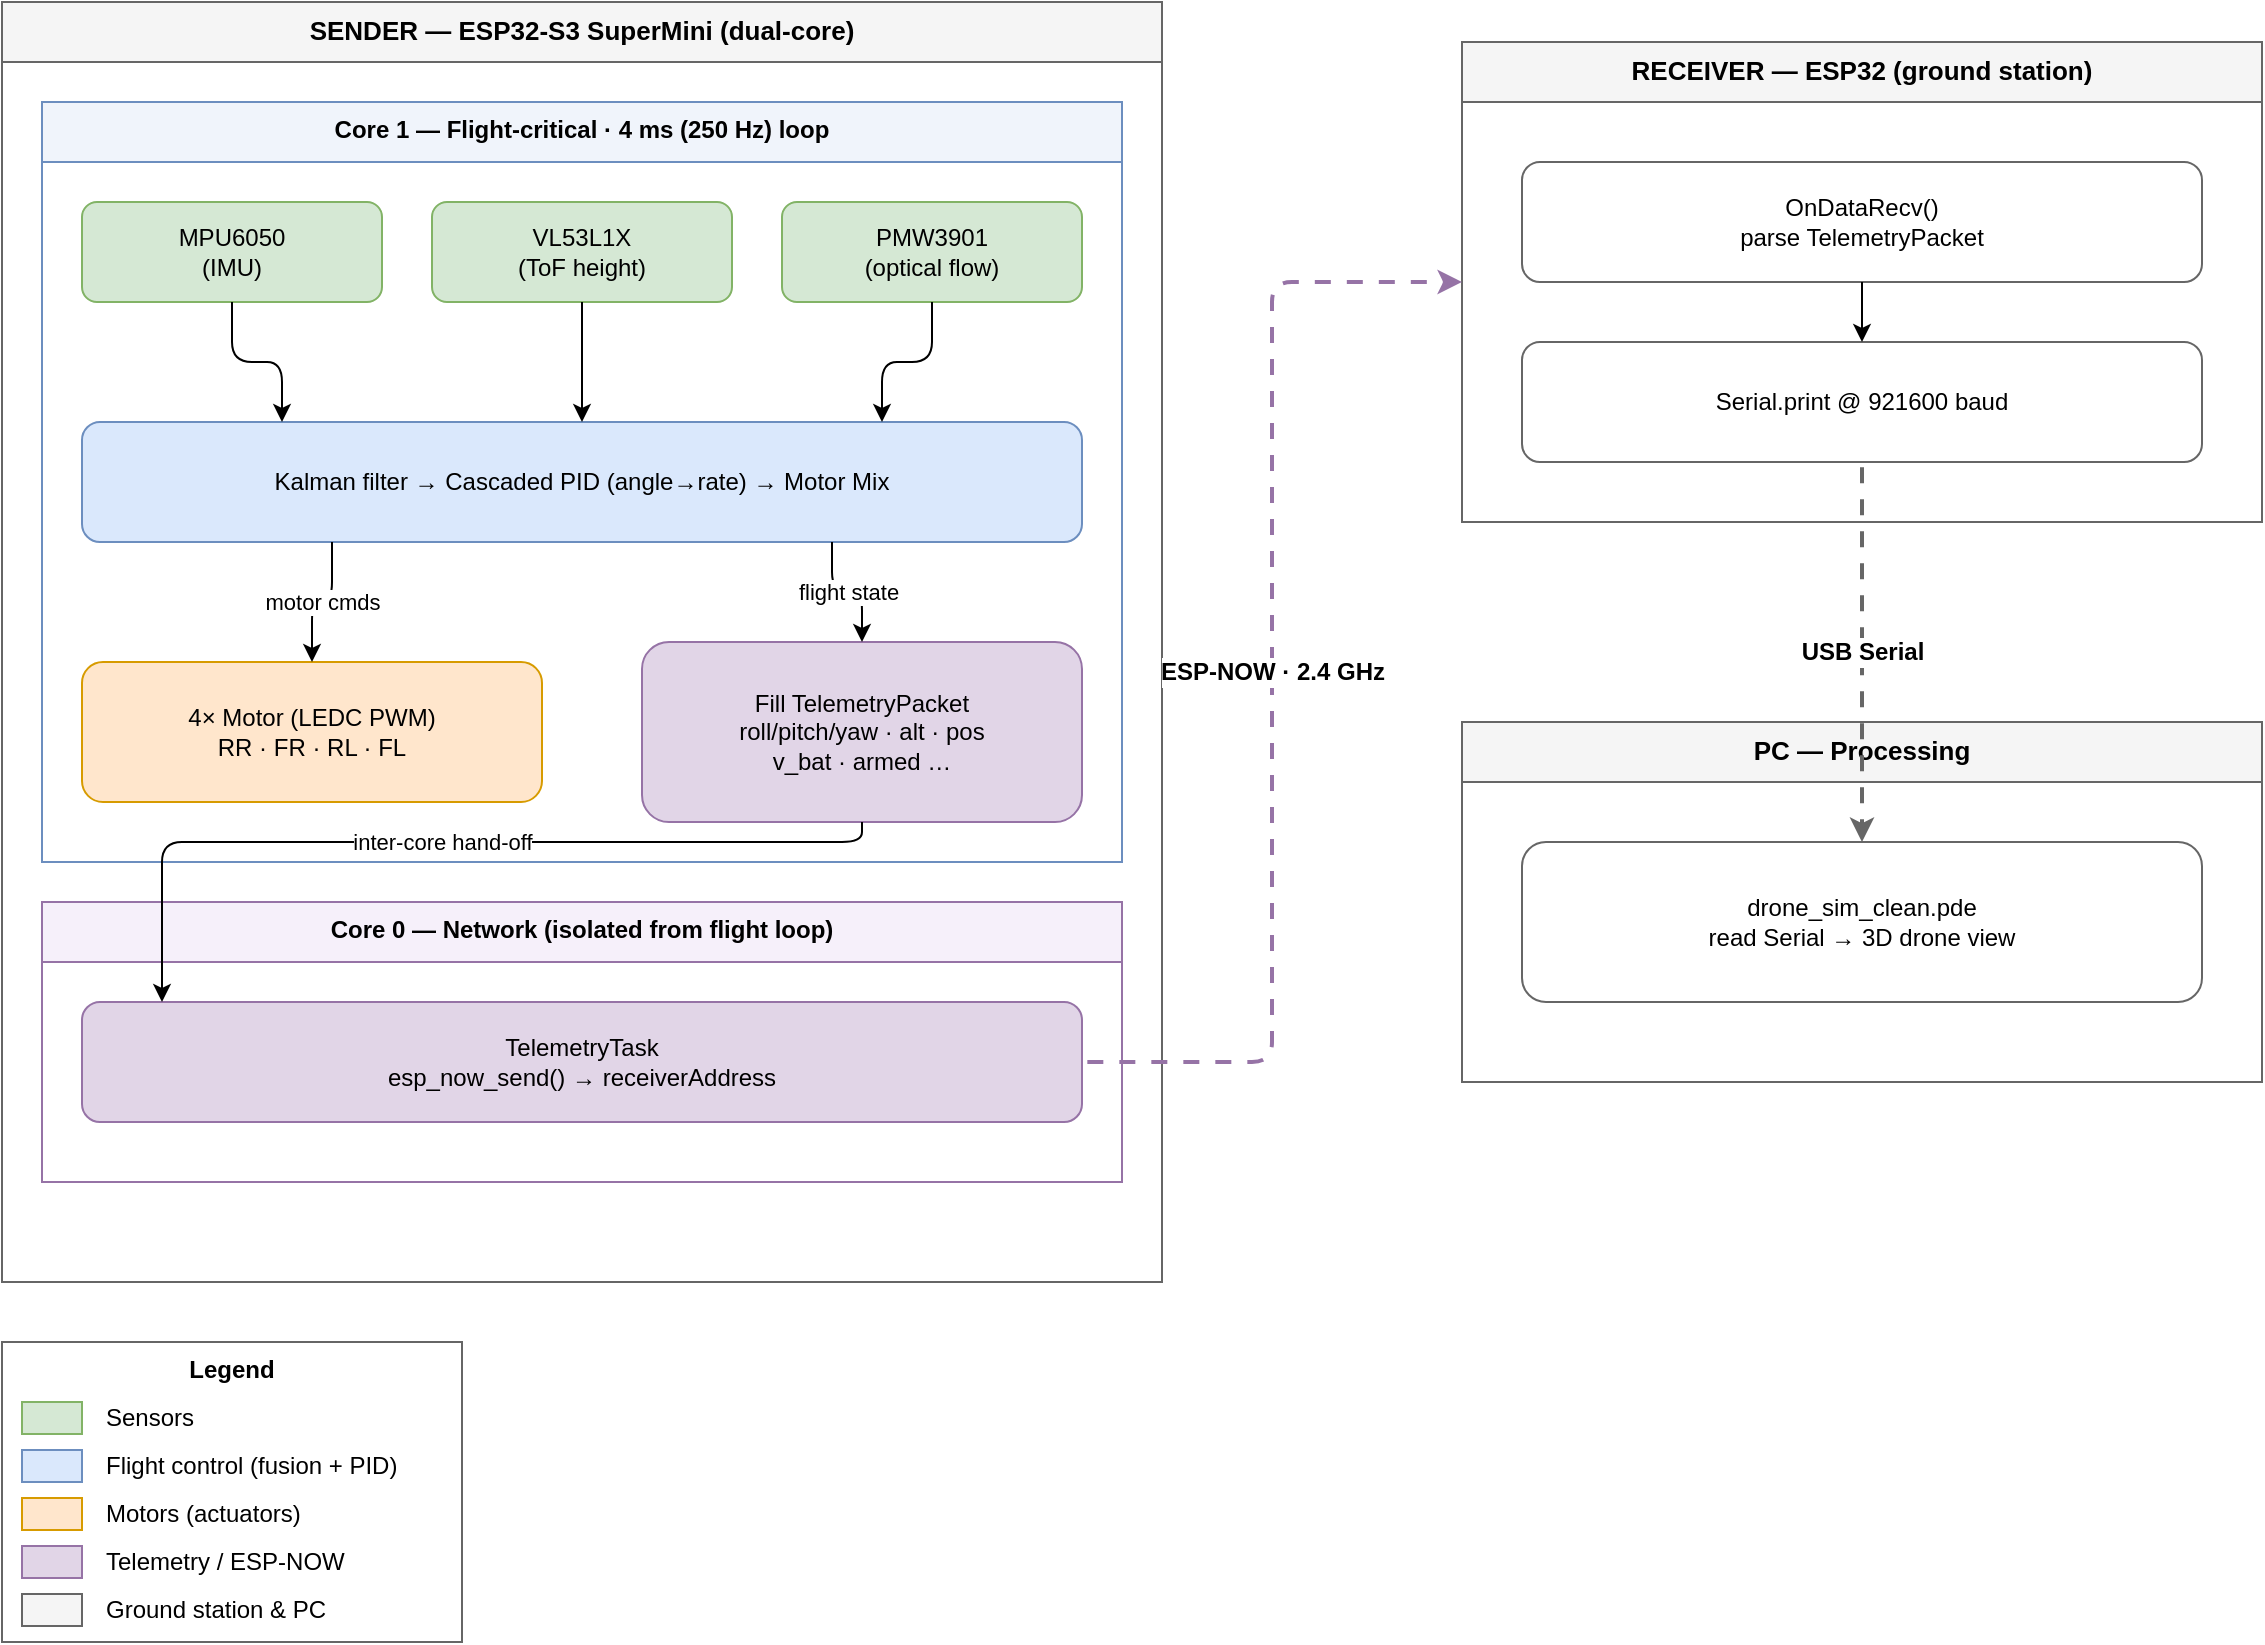
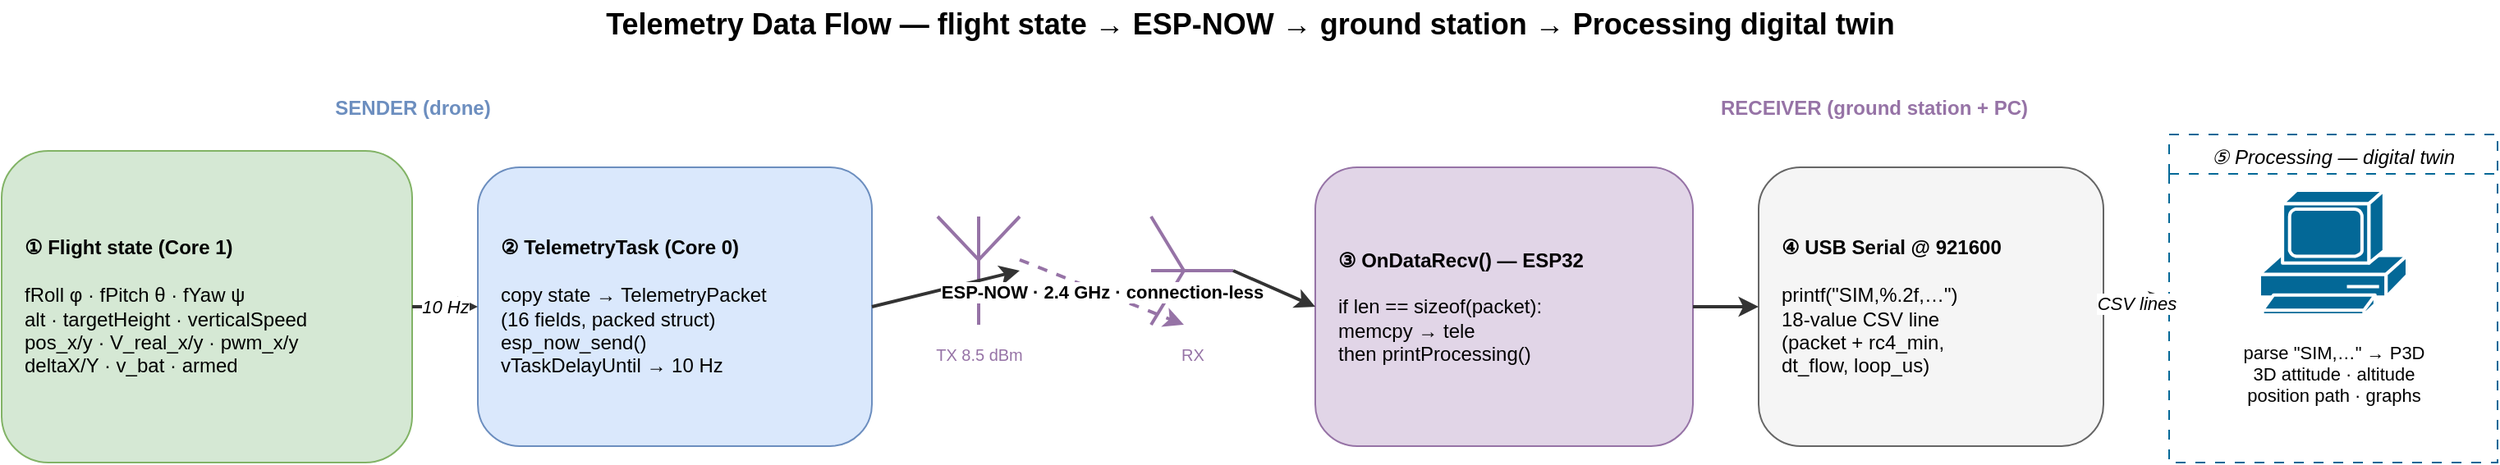
- <mxfile host="app.diagrams.net">
-   <diagram name="Sender-Receiver-Flow" id="0">
-     <mxGraphModel dx="1287" dy="722" grid="1" gridSize="10" guides="1" tooltips="1" connect="1" arrows="1" fold="1" page="1" pageScale="1" pageWidth="827" pageHeight="1169" math="0" shadow="0">
+ <?xml version="1.0" encoding="UTF-8"?>
+ <mxfile host="drawio" version="26.0.0">
+   <diagram name="Sender-Receiver-Flow">
+     <mxGraphModel dx="1400" dy="820" grid="1" gridSize="10" guides="1" tooltips="1" connect="1" arrows="1" fold="1" page="1" pageScale="1" math="0" shadow="0">
      <root>
        <mxCell id="0" />
        <mxCell id="1" parent="0" />
-         <mxCell id="sender" parent="1" style="swimlane;startSize=30;html=1;whiteSpace=wrap;fillColor=#f5f5f5;strokeColor=#666666;fontStyle=1;fontSize=13;verticalAlign=top;" value="SENDER — ESP32-S3 SuperMini (dual-core)" vertex="1">
-           <mxGeometry height="640" width="580" x="40" y="40" as="geometry" />
+ 
+         <mxCell id="ttl" value="Telemetry Data Flow — flight state → ESP-NOW → ground station → Processing digital twin" style="text;html=1;align=center;verticalAlign=middle;fontStyle=1;fontSize=18;" vertex="1" parent="1">
+           <mxGeometry x="60" y="18" width="1480" height="30" as="geometry" />
        </mxCell>
-         <mxCell id="core1" parent="sender" style="swimlane;startSize=30;html=1;whiteSpace=wrap;fillColor=#f0f4fb;strokeColor=#6c8ebf;fontStyle=1;fontSize=12;verticalAlign=top;" value="Core 1 — Flight-critical · 4 ms (250 Hz) loop" vertex="1">
-           <mxGeometry height="380" width="540" x="20" y="50" as="geometry" />
+ 
+         <!-- lane labels -->
+         <mxCell id="laneS" value="SENDER (drone)" style="text;html=1;align=center;fontStyle=1;fontSize=12;fontColor=#6c8ebf;" vertex="1" parent="1"><mxGeometry x="40" y="70" width="500" height="20" as="geometry" /></mxCell>
+         <mxCell id="laneR" value="RECEIVER (ground station + PC)" style="text;html=1;align=center;fontStyle=1;fontSize=12;fontColor=#9673a6;" vertex="1" parent="1"><mxGeometry x="820" y="70" width="720" height="20" as="geometry" /></mxCell>
+ 
+         <!-- 1 flight state -->
+         <mxCell id="fstate" value="&lt;b&gt;① Flight state (Core 1)&lt;/b&gt;&#xa;&#xa;fRoll φ · fPitch θ · fYaw ψ&#xa;alt · targetHeight · verticalSpeed&#xa;pos_x/y · V_real_x/y · pwm_x/y&#xa;deltaX/Y · v_bat · armed" style="rounded=1;whiteSpace=wrap;html=1;fillColor=#d5e8d4;strokeColor=#82b366;fontSize=12;align=left;verticalAlign=middle;spacingLeft=12;" vertex="1" parent="1">
+           <mxGeometry x="40" y="110" width="250" height="190" as="geometry" />
        </mxCell>
-         <mxCell id="mpu" parent="core1" style="rounded=1;whiteSpace=wrap;html=1;fillColor=#d5e8d4;strokeColor=#82b366;" value="MPU6050&#xa;(IMU)" vertex="1">
-           <mxGeometry height="50" width="150" x="20" y="50" as="geometry" />
+ 
+         <!-- 2 telemetry task -->
+         <mxCell id="pack" value="&lt;b&gt;② TelemetryTask (Core 0)&lt;/b&gt;&#xa;&#xa;copy state → TelemetryPacket&#xa;(16 fields, packed struct)&#xa;esp_now_send()&#xa;vTaskDelayUntil → 10 Hz" style="rounded=1;whiteSpace=wrap;html=1;fillColor=#dae8fc;strokeColor=#6c8ebf;fontSize=12;align=left;verticalAlign=middle;spacingLeft=12;" vertex="1" parent="1">
+           <mxGeometry x="330" y="120" width="240" height="170" as="geometry" />
        </mxCell>
-         <mxCell id="vl53" parent="core1" style="rounded=1;whiteSpace=wrap;html=1;fillColor=#d5e8d4;strokeColor=#82b366;" value="VL53L1X&#xa;(ToF height)" vertex="1">
-           <mxGeometry height="50" width="150" x="195" y="50" as="geometry" />
+ 
+         <!-- TX antenna -->
+         <mxCell id="antTx" value="" style="verticalLabelPosition=bottom;shadow=0;dashed=0;align=center;html=1;verticalAlign=top;shape=mxgraph.electrical.radio.aerial_-_antenna_1;strokeColor=#9673a6;strokeWidth=2;" vertex="1" parent="1">
+           <mxGeometry x="610" y="150" width="50" height="66" as="geometry" />
        </mxCell>
-         <mxCell id="pmw" parent="core1" style="rounded=1;whiteSpace=wrap;html=1;fillColor=#d5e8d4;strokeColor=#82b366;" value="PMW3901&#xa;(optical flow)" vertex="1">
-           <mxGeometry height="50" width="150" x="370" y="50" as="geometry" />
+         <mxCell id="txLbl" value="TX 8.5 dBm" style="text;html=1;align=center;fontSize=10;fontColor=#9673a6;" vertex="1" parent="1"><mxGeometry x="600" y="222" width="70" height="16" as="geometry" /></mxCell>
+ 
+         <!-- RX antenna -->
+         <mxCell id="antRx" value="" style="verticalLabelPosition=bottom;shadow=0;dashed=0;align=center;html=1;verticalAlign=top;shape=mxgraph.electrical.radio.aerial_-_antenna_1;strokeColor=#9673a6;strokeWidth=2;direction=north;" vertex="1" parent="1">
+           <mxGeometry x="740" y="150" width="50" height="66" as="geometry" />
        </mxCell>
-         <mxCell id="ctrl" parent="core1" style="rounded=1;whiteSpace=wrap;html=1;fillColor=#dae8fc;strokeColor=#6c8ebf;" value="Kalman filter → Cascaded PID (angle→rate) → Motor Mix" vertex="1">
-           <mxGeometry height="60" width="500" x="20" y="160" as="geometry" />
+         <mxCell id="rxLbl" value="RX" style="text;html=1;align=center;fontSize=10;fontColor=#9673a6;" vertex="1" parent="1"><mxGeometry x="745" y="222" width="40" height="16" as="geometry" /></mxCell>
+ 
+         <!-- 3 OnDataRecv -->
+         <mxCell id="recv" value="&lt;b&gt;③ OnDataRecv() — ESP32&lt;/b&gt;&#xa;&#xa;if len == sizeof(packet):&#xa;memcpy → tele&#xa;then printProcessing()" style="rounded=1;whiteSpace=wrap;html=1;fillColor=#e1d5e7;strokeColor=#9673a6;fontSize=12;align=left;verticalAlign=middle;spacingLeft=12;" vertex="1" parent="1">
+           <mxGeometry x="840" y="120" width="230" height="170" as="geometry" />
        </mxCell>
-         <mxCell id="motors" parent="core1" style="rounded=1;whiteSpace=wrap;html=1;fillColor=#ffe6cc;strokeColor=#d79b00;" value="4× Motor (LEDC PWM)&#xa;RR · FR · RL · FL" vertex="1">
-           <mxGeometry height="70" width="230" x="20" y="280" as="geometry" />
+ 
+         <!-- 4 serial CSV -->
+         <mxCell id="serial" value="&lt;b&gt;④ USB Serial @ 921600&lt;/b&gt;&#xa;&#xa;printf(&quot;SIM,%.2f,…&quot;)&#xa;18-value CSV line&#xa;(packet + rc4_min,&#xa;dt_flow, loop_us)" style="rounded=1;whiteSpace=wrap;html=1;fillColor=#f5f5f5;strokeColor=#666666;fontSize=12;align=left;verticalAlign=middle;spacingLeft=12;" vertex="1" parent="1">
+           <mxGeometry x="1110" y="120" width="210" height="170" as="geometry" />
        </mxCell>
-         <mxCell id="packet" parent="core1" style="rounded=1;whiteSpace=wrap;html=1;fillColor=#e1d5e7;strokeColor=#9673a6;" value="Fill TelemetryPacket&#xa;roll/pitch/yaw · alt · pos&#xa;v_bat · armed …" vertex="1">
-           <mxGeometry height="90" width="220" x="300" y="270" as="geometry" />
+ 
+         <!-- 5 processing -->
+         <mxCell id="pcCard" value="⑤ Processing — digital twin" style="swimlane;startSize=24;html=1;whiteSpace=wrap;fillColor=none;strokeColor=#036897;dashed=1;dashPattern=6 6;fontSize=12;fontStyle=2;verticalAlign=top;align=center;" vertex="1" parent="1">
+           <mxGeometry x="1360" y="100" width="200" height="200" as="geometry" />
        </mxCell>
-         <mxCell id="e1" edge="1" parent="core1" source="mpu" style="edgeStyle=orthogonalEdgeStyle;rounded=1;orthogonalLoop=1;jettySize=auto;html=1;exitX=0.5;exitY=1;exitDx=0;exitDy=0;entryX=0.2;entryY=0;entryDx=0;entryDy=0;" target="ctrl">
-           <mxGeometry relative="1" as="geometry" />
+         <mxCell id="rPc" value="" style="sketch=0;html=1;dashed=0;fillColor=#036897;strokeColor=#ffffff;strokeWidth=2;outlineConnect=0;shape=mxgraph.cisco.computers_and_peripherals.pc;" vertex="1" parent="pcCard">
+           <mxGeometry x="55" y="34" width="90" height="76" as="geometry" />
        </mxCell>
-         <mxCell id="e2" edge="1" parent="core1" source="vl53" style="edgeStyle=orthogonalEdgeStyle;rounded=1;orthogonalLoop=1;jettySize=auto;html=1;exitX=0.5;exitY=1;exitDx=0;exitDy=0;entryX=0.5;entryY=0;entryDx=0;entryDy=0;" target="ctrl">
-           <mxGeometry relative="1" as="geometry" />
+         <mxCell id="pcTxt" value="parse &quot;SIM,…&quot; → P3D&#xa;3D attitude · altitude&#xa;position path · graphs" style="text;html=1;align=center;fontSize=11;" vertex="1" parent="pcCard">
+           <mxGeometry x="10" y="120" width="180" height="60" as="geometry" />
        </mxCell>
-         <mxCell id="e3" edge="1" parent="core1" source="pmw" style="edgeStyle=orthogonalEdgeStyle;rounded=1;orthogonalLoop=1;jettySize=auto;html=1;exitX=0.5;exitY=1;exitDx=0;exitDy=0;entryX=0.8;entryY=0;entryDx=0;entryDy=0;" target="ctrl">
-           <mxGeometry relative="1" as="geometry" />
-         </mxCell>
-         <mxCell id="e4" edge="1" parent="core1" source="ctrl" style="edgeStyle=orthogonalEdgeStyle;rounded=1;orthogonalLoop=1;jettySize=auto;html=1;fontSize=11;labelBackgroundColor=#ffffff;exitX=0.25;exitY=1;exitDx=0;exitDy=0;entryX=0.5;entryY=0;entryDx=0;entryDy=0;" target="motors" value="motor cmds">
-           <mxGeometry relative="1" as="geometry" />
-         </mxCell>
-         <mxCell id="e5" edge="1" parent="core1" source="ctrl" style="edgeStyle=orthogonalEdgeStyle;rounded=1;orthogonalLoop=1;jettySize=auto;html=1;fontSize=11;labelBackgroundColor=#ffffff;exitX=0.75;exitY=1;exitDx=0;exitDy=0;entryX=0.5;entryY=0;entryDx=0;entryDy=0;" target="packet" value="flight state">
-           <mxGeometry relative="1" as="geometry" />
-         </mxCell>
-         <mxCell id="core0" parent="sender" style="swimlane;startSize=30;html=1;whiteSpace=wrap;fillColor=#f6f0fa;strokeColor=#9673a6;fontStyle=1;fontSize=12;verticalAlign=top;" value="Core 0 — Network (isolated from flight loop)" vertex="1">
-           <mxGeometry height="140" width="540" x="20" y="450" as="geometry" />
-         </mxCell>
-         <mxCell id="espnow_send" parent="core0" style="rounded=1;whiteSpace=wrap;html=1;fillColor=#e1d5e7;strokeColor=#9673a6;" value="TelemetryTask&#xa;esp_now_send() → receiverAddress" vertex="1">
-           <mxGeometry height="60" width="500" x="20" y="50" as="geometry" />
-         </mxCell>
-         <mxCell id="recv" parent="1" style="swimlane;startSize=30;html=1;whiteSpace=wrap;fillColor=#f5f5f5;strokeColor=#666666;fontStyle=1;fontSize=13;verticalAlign=top;" value="RECEIVER — ESP32 (ground station)" vertex="1">
-           <mxGeometry height="240" width="400" x="770" y="60" as="geometry" />
-         </mxCell>
-         <mxCell id="ondata" parent="recv" style="rounded=1;whiteSpace=wrap;html=1;fillColor=#ffffff;strokeColor=#666666;" value="OnDataRecv()&#xa;parse TelemetryPacket" vertex="1">
-           <mxGeometry height="60" width="340" x="30" y="60" as="geometry" />
-         </mxCell>
-         <mxCell id="serial" parent="recv" style="rounded=1;whiteSpace=wrap;html=1;fillColor=#ffffff;strokeColor=#666666;" value="Serial.print @ 921600 baud" vertex="1">
-           <mxGeometry height="60" width="340" x="30" y="150" as="geometry" />
-         </mxCell>
-         <mxCell id="e8" edge="1" parent="recv" source="ondata" style="edgeStyle=orthogonalEdgeStyle;rounded=1;orthogonalLoop=1;jettySize=auto;html=1;exitX=0.5;exitY=1;exitDx=0;exitDy=0;entryX=0.5;entryY=0;entryDx=0;entryDy=0;" target="serial">
-           <mxGeometry relative="1" as="geometry" />
-         </mxCell>
-         <mxCell id="pc" parent="1" style="swimlane;startSize=30;html=1;whiteSpace=wrap;fillColor=#f5f5f5;strokeColor=#666666;fontStyle=1;fontSize=13;verticalAlign=top;" value="PC — Processing" vertex="1">
-           <mxGeometry height="180" width="400" x="770" y="400" as="geometry" />
-         </mxCell>
-         <mxCell id="sim" parent="pc" style="rounded=1;whiteSpace=wrap;html=1;fillColor=#ffffff;strokeColor=#666666;" value="drone_sim_clean.pde&#xa;read Serial → 3D drone view" vertex="1">
-           <mxGeometry height="80" width="340" x="30" y="60" as="geometry" />
-         </mxCell>
-         <mxCell id="e6" edge="1" parent="1" source="packet" style="edgeStyle=orthogonalEdgeStyle;rounded=1;orthogonalLoop=1;jettySize=auto;html=1;fontSize=11;labelBackgroundColor=#ffffff;exitX=0.5;exitY=1;exitDx=0;exitDy=0;entryX=0.08;entryY=0;entryDx=0;entryDy=0;" target="espnow_send" value="inter-core hand-off">
-           <mxGeometry relative="1" as="geometry">
-             <Array as="points">
-               <mxPoint x="470" y="460" />
-               <mxPoint x="120" y="460" />
-             </Array>
-           </mxGeometry>
-         </mxCell>
-         <mxCell id="e7" edge="1" parent="1" source="espnow_send" style="edgeStyle=orthogonalEdgeStyle;rounded=1;orthogonalLoop=1;jettySize=auto;html=1;flowAnimation=1;strokeColor=#9673a6;strokeWidth=2;fontSize=12;fontStyle=1;labelBackgroundColor=#ffffff;exitX=1;exitY=0.5;exitDx=0;exitDy=0;entryX=0;entryY=0.5;entryDx=0;entryDy=0;" target="recv" value="ESP-NOW · 2.4 GHz">
-           <mxGeometry relative="1" as="geometry" />
-         </mxCell>
-         <mxCell id="e9" edge="1" parent="1" source="serial" style="edgeStyle=orthogonalEdgeStyle;rounded=1;orthogonalLoop=1;jettySize=auto;html=1;flowAnimation=1;strokeColor=#666666;strokeWidth=2;fontSize=12;fontStyle=1;labelBackgroundColor=#ffffff;exitX=0.5;exitY=1;exitDx=0;exitDy=0;entryX=0.5;entryY=0;entryDx=0;entryDy=0;" target="sim" value="USB Serial">
-           <mxGeometry relative="1" as="geometry" />
-         </mxCell>
-         <mxCell id="legend" parent="1" style="rounded=0;whiteSpace=wrap;html=1;fillColor=none;strokeColor=#666666;verticalAlign=top;fontStyle=1;" value="Legend" vertex="1">
-           <mxGeometry height="150" width="230" x="40" y="710" as="geometry" />
-         </mxCell>
-         <mxCell id="lg1" parent="legend" style="rounded=0;html=1;fillColor=#d5e8d4;strokeColor=#82b366;" value="" vertex="1">
-           <mxGeometry height="16" width="30" x="10" y="30" as="geometry" />
-         </mxCell>
-         <mxCell id="lg1t" parent="legend" style="text;html=1;align=left;verticalAlign=middle;" value="Sensors" vertex="1">
-           <mxGeometry height="20" width="170" x="50" y="28" as="geometry" />
-         </mxCell>
-         <mxCell id="lg2" parent="legend" style="rounded=0;html=1;fillColor=#dae8fc;strokeColor=#6c8ebf;" value="" vertex="1">
-           <mxGeometry height="16" width="30" x="10" y="54" as="geometry" />
-         </mxCell>
-         <mxCell id="lg2t" parent="legend" style="text;html=1;align=left;verticalAlign=middle;" value="Flight control (fusion + PID)" vertex="1">
-           <mxGeometry height="20" width="170" x="50" y="52" as="geometry" />
-         </mxCell>
-         <mxCell id="lg3" parent="legend" style="rounded=0;html=1;fillColor=#ffe6cc;strokeColor=#d79b00;" value="" vertex="1">
-           <mxGeometry height="16" width="30" x="10" y="78" as="geometry" />
-         </mxCell>
-         <mxCell id="lg3t" parent="legend" style="text;html=1;align=left;verticalAlign=middle;" value="Motors (actuators)" vertex="1">
-           <mxGeometry height="20" width="170" x="50" y="76" as="geometry" />
-         </mxCell>
-         <mxCell id="lg4" parent="legend" style="rounded=0;html=1;fillColor=#e1d5e7;strokeColor=#9673a6;" value="" vertex="1">
-           <mxGeometry height="16" width="30" x="10" y="102" as="geometry" />
-         </mxCell>
-         <mxCell id="lg4t" parent="legend" style="text;html=1;align=left;verticalAlign=middle;" value="Telemetry / ESP-NOW" vertex="1">
-           <mxGeometry height="20" width="170" x="50" y="100" as="geometry" />
-         </mxCell>
-         <mxCell id="lg5" parent="legend" style="rounded=0;html=1;fillColor=#f5f5f5;strokeColor=#666666;" value="" vertex="1">
-           <mxGeometry height="16" width="30" x="10" y="126" as="geometry" />
-         </mxCell>
-         <mxCell id="lg5t" parent="legend" style="text;html=1;align=left;verticalAlign=middle;" value="Ground station &amp; PC" vertex="1">
-           <mxGeometry height="20" width="170" x="50" y="124" as="geometry" />
-         </mxCell>
+ 
+         <!-- edges -->
+         <mxCell id="f1" value="10 Hz" style="html=1;endArrow=classic;strokeColor=#333333;strokeWidth=2;fontSize=11;fontStyle=2;labelBackgroundColor=#ffffff;exitX=1;exitY=0.5;entryX=0;entryY=0.5;" edge="1" parent="1" source="fstate" target="pack"><mxGeometry relative="1" as="geometry" /></mxCell>
+         <mxCell id="f2" style="html=1;endArrow=classic;strokeColor=#333333;strokeWidth=2;exitX=1;exitY=0.5;entryX=0.5;entryY=0.5;" edge="1" parent="1" source="pack" target="antTx"><mxGeometry relative="1" as="geometry" /></mxCell>
+         <mxCell id="fLink" value="ESP-NOW · 2.4 GHz · connection-less" style="html=1;endArrow=classic;strokeColor=#9673a6;strokeWidth=2;dashed=1;fontSize=11;fontStyle=1;labelBackgroundColor=#ffffff;exitX=1;exitY=0.4;entryX=0;entryY=0.4;" edge="1" parent="1" source="antTx" target="antRx"><mxGeometry relative="1" as="geometry" /></mxCell>
+         <mxCell id="f3" style="html=1;endArrow=classic;strokeColor=#333333;strokeWidth=2;exitX=0.5;exitY=0.5;entryX=0;entryY=0.5;" edge="1" parent="1" source="antRx" target="recv"><mxGeometry relative="1" as="geometry" /></mxCell>
+         <mxCell id="f4" style="html=1;endArrow=classic;strokeColor=#333333;strokeWidth=2;exitX=1;exitY=0.5;entryX=0;entryY=0.5;" edge="1" parent="1" source="recv" target="serial"><mxGeometry relative="1" as="geometry" /></mxCell>
+         <mxCell id="f5" value="CSV lines" style="html=1;endArrow=classic;strokeColor=#333333;strokeWidth=2;fontSize=11;fontStyle=2;labelBackgroundColor=#ffffff;exitX=1;exitY=0.5;entryX=0;entryY=0.5;" edge="1" parent="1" source="serial" target="pcCard"><mxGeometry relative="1" as="geometry" /></mxCell>
+ 
      </root>
    </mxGraphModel>
  </diagram>
</mxfile>
